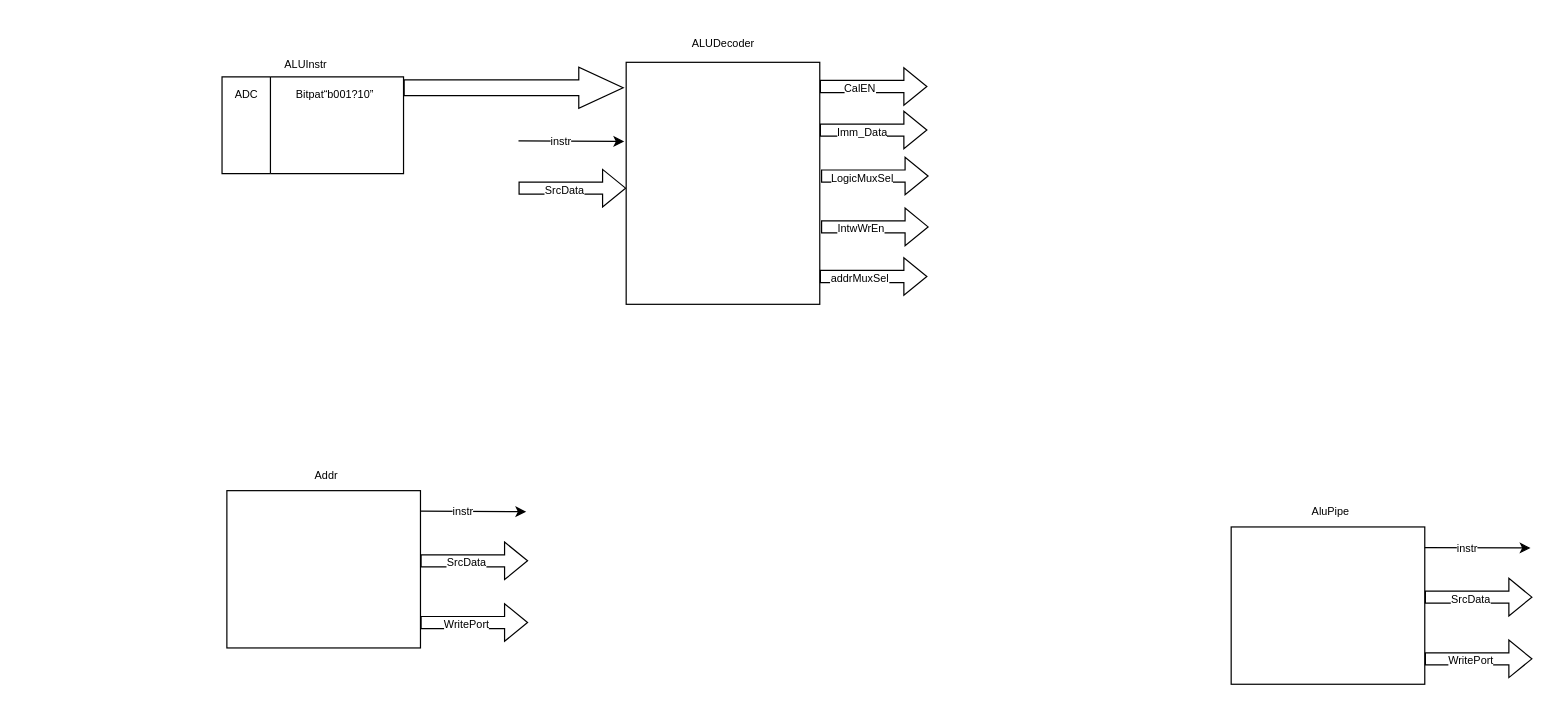
Before: page "Page-1" (1 of 2) of Untitled Diagram.drawio in xiaoqiangshijie/BRU, a draw.io diagram. Source tidied: cells renumbered, new cells numbered last; positions are measured from the earlier drawing's top-left corner, leaving out a move shared by most shapes. Both pictures are drawn from the tidied source at 121%, with x=0, y=0 at pixel (21, 21).
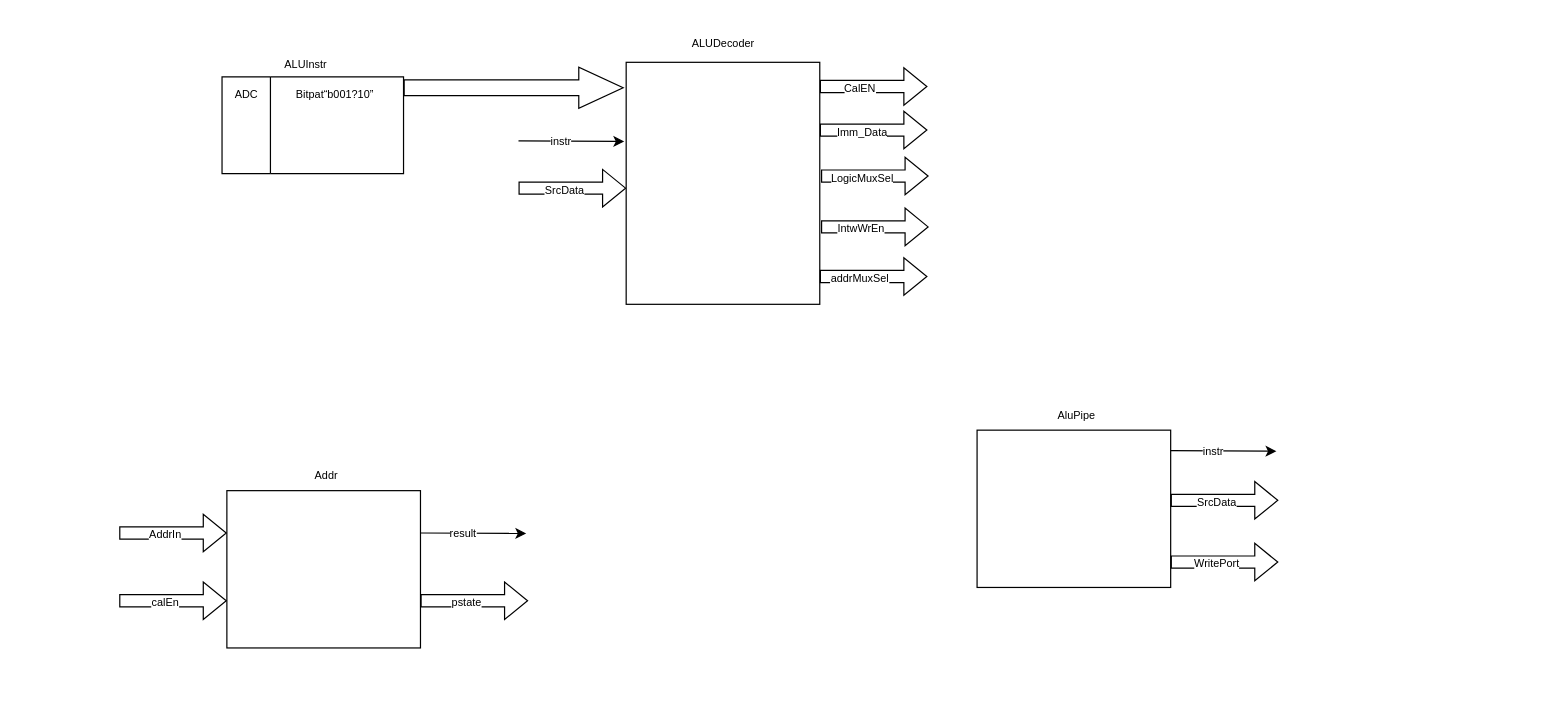
Above is the later version.

What changed in the source:
```diff
@@
     <mxCell id="27" style="rounded=0;whiteSpace=wrap;html=1;fontSize=9;" parent="1" vertex="1">
-      <mxGeometry x="1000" y="418" width="160" height="130" as="geometry" />
+      <mxGeometry x="790" y="338" width="160" height="130" as="geometry" />
     </mxCell>
     <mxCell id="28" value="&lt;font style=&quot;font-size: 9px;&quot;&gt;AluPipe&lt;/font&gt;" style="text;html=1;align=center;verticalAlign=middle;fillColor=none;strokeColor=none;rounded=0;" parent="1" vertex="1">
-      <mxGeometry x="1052" y="390" width="60" height="30" as="geometry" />
+      <mxGeometry x="842" y="310" width="60" height="30" as="geometry" />
     </mxCell>
     <mxCell id="29" style="endArrow=classic;html=1;rounded=0;fontSize=9;entryX=-0.01;entryY=0.115;entryDx=0;entryDy=0;entryPerimeter=0;" parent="1" edge="1">
       <mxGeometry relative="1" as="geometry">
-        <mxPoint x="1160" y="435" as="sourcePoint" />
-        <mxPoint x="1247.4" y="435.4" as="targetPoint" />
+        <mxPoint x="950" y="355" as="sourcePoint" />
+        <mxPoint x="1037.4" y="355.4" as="targetPoint" />
       </mxGeometry>
     </mxCell>
@@
     <mxCell id="31" style="shape=flexArrow;endArrow=classic;html=1;rounded=0;fontSize=9;" parent="1" edge="1">
       <mxGeometry relative="1" as="geometry">
-        <mxPoint x="1160" y="476" as="sourcePoint" />
-        <mxPoint x="1249" y="476" as="targetPoint" />
+        <mxPoint x="950" y="396" as="sourcePoint" />
+        <mxPoint x="1039" y="396" as="targetPoint" />
       </mxGeometry>
     </mxCell>
@@
     <mxCell id="33" style="shape=flexArrow;endArrow=classic;html=1;rounded=0;fontSize=9;" parent="1" edge="1">
       <mxGeometry relative="1" as="geometry">
-        <mxPoint x="1160" y="527" as="sourcePoint" />
-        <mxPoint x="1249" y="527" as="targetPoint" />
+        <mxPoint x="950" y="447" as="sourcePoint" />
+        <mxPoint x="1039" y="447" as="targetPoint" />
       </mxGeometry>
     </mxCell>
@@
     <mxCell id="37" style="endArrow=classic;html=1;rounded=0;fontSize=9;entryX=-0.01;entryY=0.115;entryDx=0;entryDy=0;entryPerimeter=0;" parent="1" edge="1">
       <mxGeometry relative="1" as="geometry">
-        <mxPoint x="330" y="405" as="sourcePoint" />
-        <mxPoint x="417.4" y="405.4" as="targetPoint" />
+        <mxPoint x="330" y="423" as="sourcePoint" />
+        <mxPoint x="417.4" y="423.4" as="targetPoint" />
       </mxGeometry>
     </mxCell>
-    <mxCell id="38" value="instr" style="edgeLabel;html=1;align=center;verticalAlign=middle;fontSize=9;" parent="37" vertex="1">
+    <mxCell id="38" value="result" style="edgeLabel;html=1;align=center;verticalAlign=middle;fontSize=9;" parent="37" vertex="1">
       <mxGeometry x="0.27" relative="1" as="geometry">
         <mxPoint x="-20" as="offset" />
       </mxGeometry>
     </mxCell>
-    <mxCell id="39" style="shape=flexArrow;endArrow=classic;html=1;rounded=0;fontSize=9;" parent="1" edge="1">
-      <mxGeometry relative="1" as="geometry">
-        <mxPoint x="330" y="446" as="sourcePoint" />
-        <mxPoint x="419" y="446" as="targetPoint" />
-      </mxGeometry>
-    </mxCell>
-    <mxCell id="40" value="SrcData" style="edgeLabel;html=1;align=center;verticalAlign=middle;fontSize=9;" parent="39" vertex="1">
-      <mxGeometry x="0.29" y="-1" relative="1" as="geometry">
-        <mxPoint x="-20" as="offset" />
-      </mxGeometry>
-    </mxCell>
     <mxCell id="41" style="shape=flexArrow;endArrow=classic;html=1;rounded=0;fontSize=9;" parent="1" edge="1">
       <mxGeometry relative="1" as="geometry">
-        <mxPoint x="330" y="497" as="sourcePoint" />
-        <mxPoint x="419" y="497" as="targetPoint" />
+        <mxPoint x="330" y="479" as="sourcePoint" />
+        <mxPoint x="419" y="479" as="targetPoint" />
       </mxGeometry>
     </mxCell>
-    <mxCell id="42" value="WritePort" style="edgeLabel;html=1;align=center;verticalAlign=middle;fontSize=9;" parent="41" vertex="1">
+    <mxCell id="42" value="pstate" style="edgeLabel;html=1;align=center;verticalAlign=middle;fontSize=9;" parent="41" vertex="1">
       <mxGeometry x="0.29" y="-1" relative="1" as="geometry">
         <mxPoint x="-20" as="offset" />
       </mxGeometry>
     </mxCell>
+    <mxCell id="43" style="shape=flexArrow;endArrow=classic;html=1;rounded=0;fontSize=9;" parent="1" edge="1">
+      <mxGeometry relative="1" as="geometry">
+        <mxPoint x="81" y="423" as="sourcePoint" />
+        <mxPoint x="170" y="423" as="targetPoint" />
+      </mxGeometry>
+    </mxCell>
+    <mxCell id="44" value="AddrIn" style="edgeLabel;html=1;align=center;verticalAlign=middle;fontSize=9;" parent="43" vertex="1">
+      <mxGeometry x="0.29" y="-1" relative="1" as="geometry">
+        <mxPoint x="-20" as="offset" />
+      </mxGeometry>
+    </mxCell>
+    <mxCell id="45" style="shape=flexArrow;endArrow=classic;html=1;rounded=0;fontSize=9;" parent="1" edge="1">
+      <mxGeometry relative="1" as="geometry">
+        <mxPoint x="81" y="479" as="sourcePoint" />
+        <mxPoint x="170" y="479" as="targetPoint" />
+      </mxGeometry>
+    </mxCell>
+    <mxCell id="46" value="calEn" style="edgeLabel;html=1;align=center;verticalAlign=middle;fontSize=9;" parent="45" vertex="1">
+      <mxGeometry x="0.29" y="-1" relative="1" as="geometry">
+        <mxPoint x="-20" as="offset" />
+      </mxGeometry>
+    </mxCell>
```
